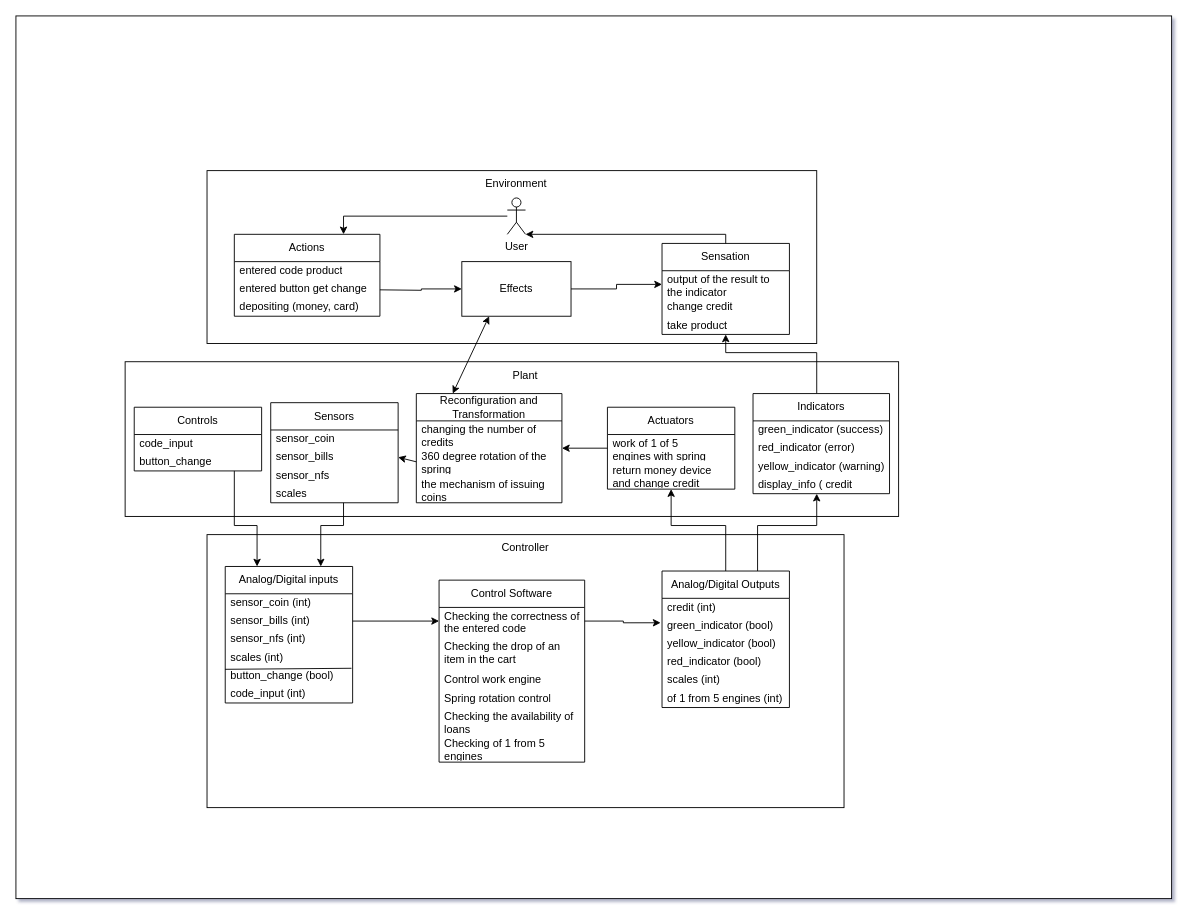
The draw.io diagram Диаграмма без названия.drawio in EmelyanovAlexey/Artificial_intelligence, before the edit. Source tidied: cells renumbered, new cells numbered last; positions are measured from the earlier drawing's top-left corner, leaving out a move shared by most shapes. Both pictures are drawn from the tidied source at 91%, with x=0, y=0 at pixel (15, 15).
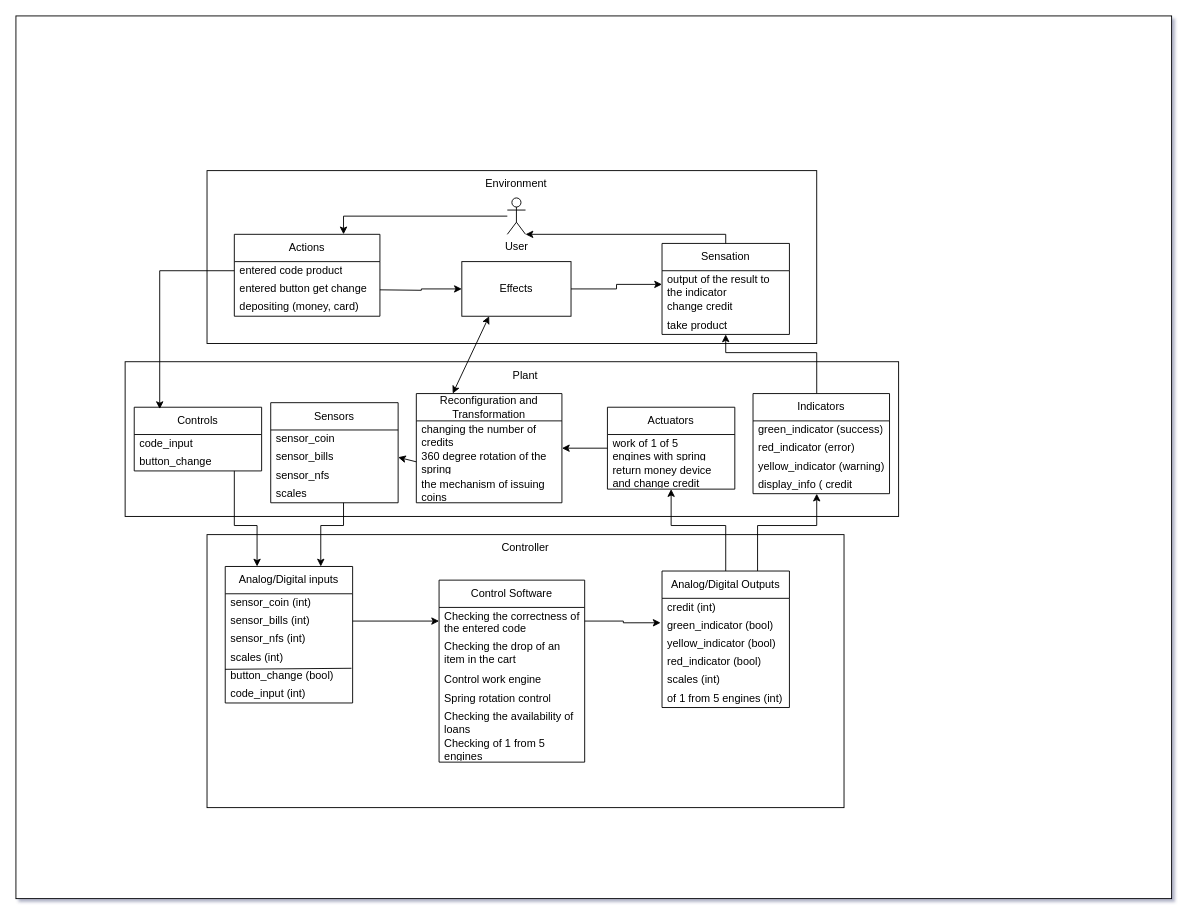
The same diagram, later.

The change refers to these unchanged cells:
```xml
<mxCell id="8" value="entered code product" style="text;strokeColor=none;fillColor=none;align=left;verticalAlign=middle;spacingLeft=4;spacingRight=4;overflow=hidden;points=[[0,0.5],[1,0.5]];portConstraint=eastwest;whiteSpace=wrap;html=1;" parent="7" vertex="1">
  <mxGeometry y="30" width="160" height="20" as="geometry" />
</mxCell>
<mxCell id="22" value="Controls" style="swimlane;fontStyle=0;horizontal=1;startSize=30;whiteSpace=wrap;html=1;" parent="1" vertex="1">
  <mxGeometry x="130" y="430" width="140" height="70" as="geometry" />
</mxCell>
```

Diff of the diagram source:
```diff
@@
+    <mxCell id="75" style="edgeStyle=orthogonalEdgeStyle;rounded=0;jettySize=auto;html=1;entryX=0.2;entryY=0.029;entryDx=0;entryDy=0;entryPerimeter=0;" parent="1" edge="1" source="8" target="22">
+      <mxGeometry relative="1" as="geometry" />
+    </mxCell>
```
